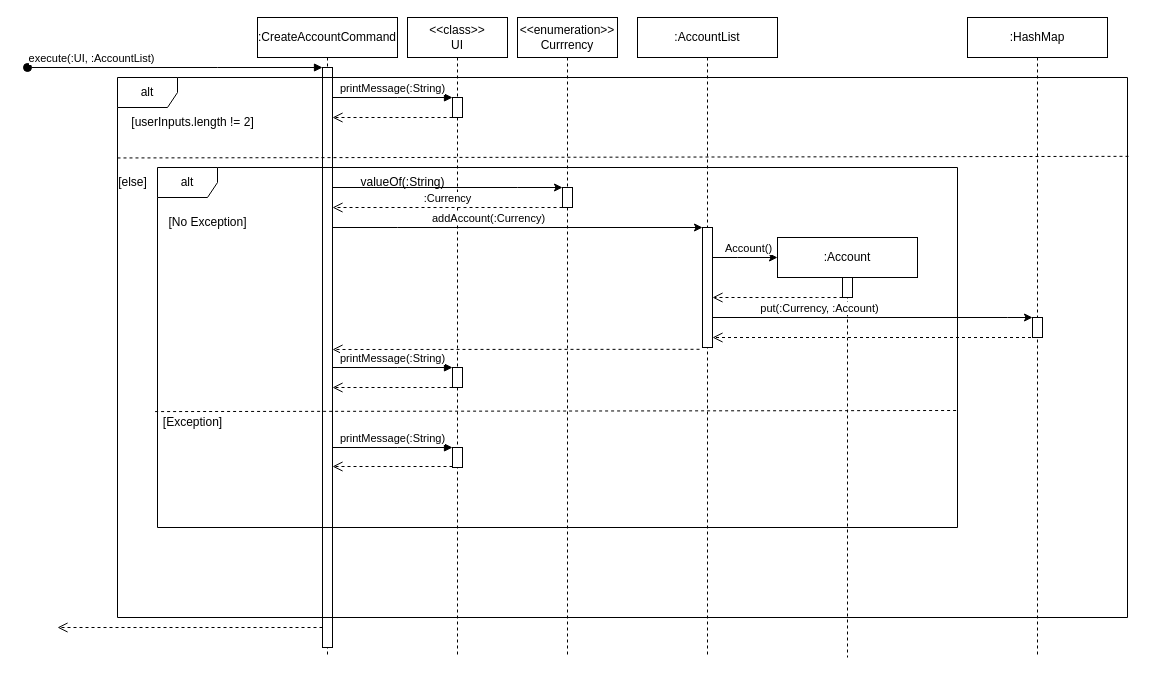
This is docs/diagrams/CreateAccountSeqDiagram.drawio from woowenjun99/tp, a draw.io file, before an edit. Source tidied: cells renumbered, new cells numbered last; positions are measured from the earlier drawing's top-left corner, leaving out a move shared by most shapes. Both pictures are drawn from the tidied source at 100%, with x=0, y=0 at pixel (27, 17).
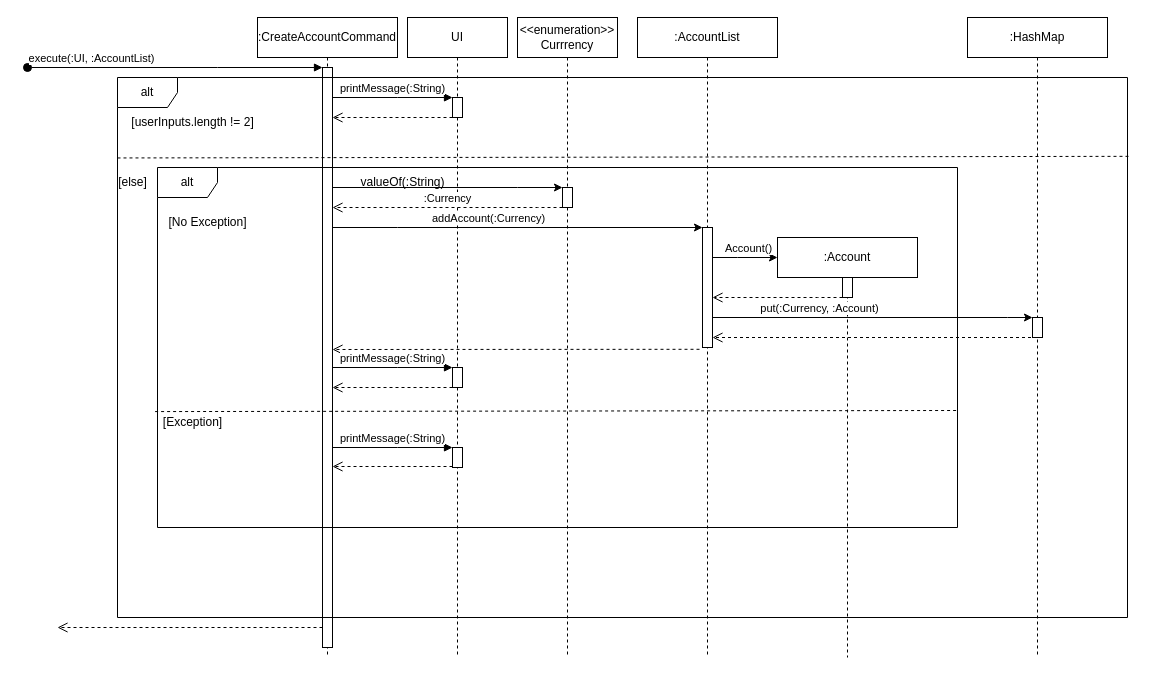
After the change.

Commit message (it also covers changes not shown here):
Fix error in Create Account Sequence Diagram

The edit, as a diff of the source:
```diff
@@
-    <mxCell id="5" value="&amp;lt;&amp;lt;class&amp;gt;&amp;gt;&lt;br&gt;UI" style="shape=umlLifeline;perimeter=lifelinePerimeter;whiteSpace=wrap;html=1;newEdgeStyle={&quot;edgeStyle&quot;:&quot;elbowEdgeStyle&quot;,&quot;elbow&quot;:&quot;vertical&quot;,&quot;curved&quot;:0,&quot;rounded&quot;:0};" parent="1" vertex="1">
+    <mxCell id="5" value="UI" style="shape=umlLifeline;perimeter=lifelinePerimeter;whiteSpace=wrap;html=1;newEdgeStyle={&quot;edgeStyle&quot;:&quot;elbowEdgeStyle&quot;,&quot;elbow&quot;:&quot;vertical&quot;,&quot;curved&quot;:0,&quot;rounded&quot;:0};" parent="1" vertex="1">
       <mxGeometry x="380" width="100" height="640" as="geometry" />
     </mxCell>
```
